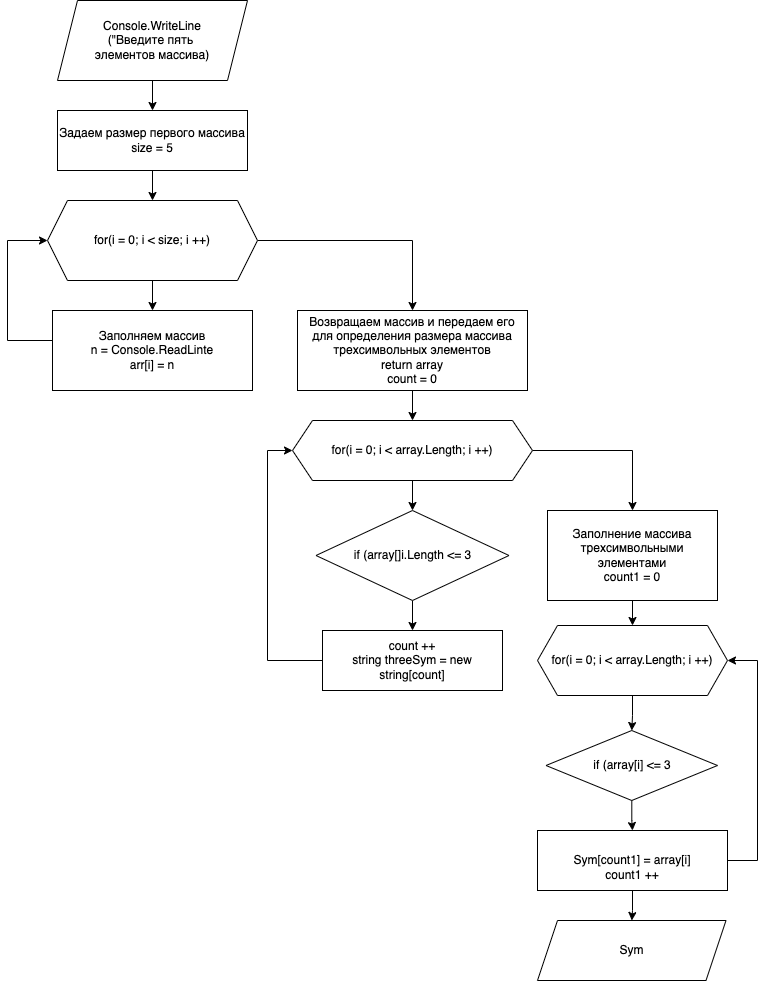
Before: алгоритм решение задачи.png, a diagram exported from draw.io (Georg-geekbrains/final-control-works). Source tidied: cells renumbered, new cells last; positions are measured from the earlier drawing's top-left corner, leaving out a move shared by most shapes.
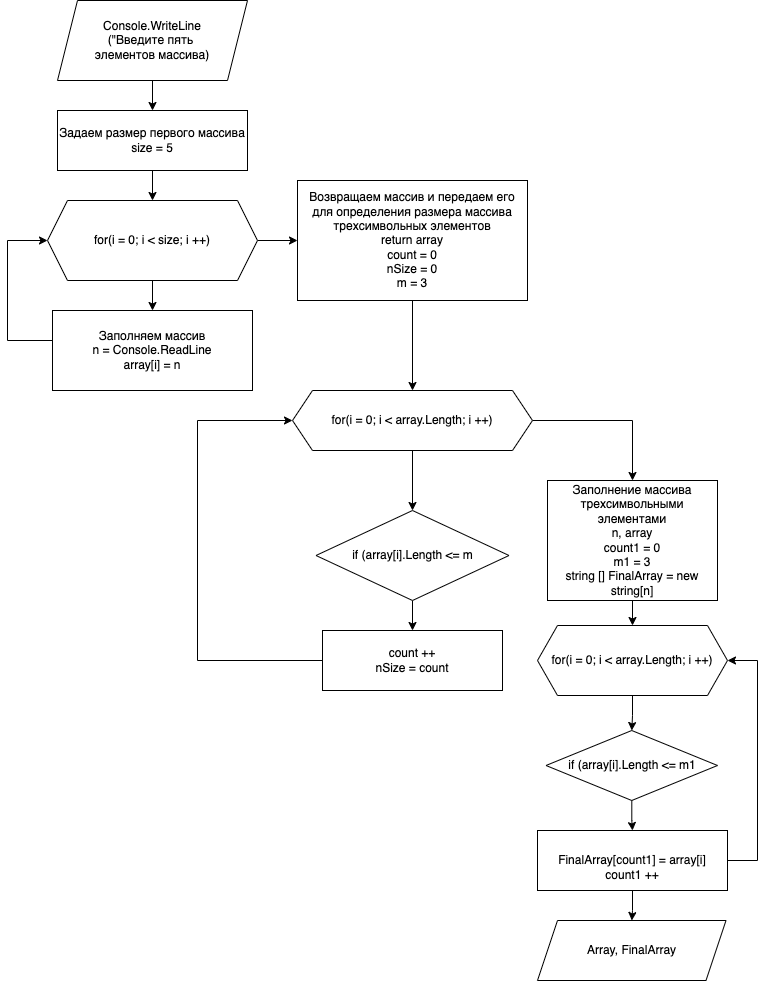
After the commit.

What changed in the source:
```diff
@@ -31,14 +31,14 @@
         </Array>
       </mxGeometry>
     </mxCell>
-    <mxCell id="10" value="Заполняем массив&lt;br&gt;n = Console.ReadLinte&lt;br&gt;arr[i] = n" style="rounded=0;whiteSpace=wrap;html=1;" parent="1" vertex="1">
+    <mxCell id="10" value="Заполняем массив&lt;br&gt;n = Console.ReadLine&lt;br&gt;array[i] = n" style="rounded=0;whiteSpace=wrap;html=1;" parent="1" vertex="1">
       <mxGeometry x="45" y="310" width="200" height="80" as="geometry" />
     </mxCell>
     <mxCell id="11" style="edgeStyle=orthogonalEdgeStyle;rounded=0;jettySize=auto;html=1;" parent="1" edge="1" source="12" target="15">
       <mxGeometry relative="1" as="geometry" />
     </mxCell>
-    <mxCell id="12" value="Возвращаем массив и передаем его для определения размера массива трехсимвольных элементов&lt;br&gt;return array&lt;br&gt;count = 0" style="rounded=0;whiteSpace=wrap;html=1;" parent="1" vertex="1">
-      <mxGeometry x="290" y="310" width="230" height="80" as="geometry" />
+    <mxCell id="12" value="Возвращаем массив и передаем его для определения размера массива трехсимвольных элементов&lt;br&gt;return array&lt;br&gt;count = 0&lt;br&gt;nSize = 0&lt;br&gt;m = 3" style="rounded=0;whiteSpace=wrap;html=1;" parent="1" vertex="1">
+      <mxGeometry x="290" y="180" width="230" height="120" as="geometry" />
     </mxCell>
     <mxCell id="13" style="edgeStyle=orthogonalEdgeStyle;rounded=0;jettySize=auto;html=1;" parent="1" edge="1" source="15" target="17">
       <mxGeometry relative="1" as="geometry" />
@@ -47,23 +47,23 @@
       <mxGeometry relative="1" as="geometry" />
     </mxCell>
     <mxCell id="15" value="for(i = 0; i &amp;lt; array.Length; i ++)" style="shape=hexagon;perimeter=hexagonPerimeter2;whiteSpace=wrap;html=1;fixedSize=1;" parent="1" vertex="1">
-      <mxGeometry x="285" y="420" width="240" height="60" as="geometry" />
+      <mxGeometry x="285" y="390" width="240" height="60" as="geometry" />
     </mxCell>
     <mxCell id="16" style="edgeStyle=orthogonalEdgeStyle;rounded=0;jettySize=auto;html=1;" parent="1" edge="1" source="17" target="19">
       <mxGeometry relative="1" as="geometry" />
     </mxCell>
-    <mxCell id="17" value="if (array[]i.Length &amp;lt;= 3" style="rhombus;whiteSpace=wrap;html=1;" parent="1" vertex="1">
+    <mxCell id="17" value="if (array[i].Length &amp;lt;= m" style="rhombus;whiteSpace=wrap;html=1;" parent="1" vertex="1">
       <mxGeometry x="308.5" y="510" width="193" height="90" as="geometry" />
     </mxCell>
     <mxCell id="18" style="edgeStyle=orthogonalEdgeStyle;rounded=0;jettySize=auto;html=1;exitX=0;exitY=0.5;exitDx=0;exitDy=0;entryX=0;entryY=0.5;entryDx=0;entryDy=0;" parent="1" edge="1" source="19" target="15">
       <mxGeometry relative="1" as="geometry">
         <Array as="points">
-          <mxPoint x="260" y="660" />
-          <mxPoint x="260" y="450" />
+          <mxPoint x="190" y="660" />
+          <mxPoint x="190" y="420" />
         </Array>
       </mxGeometry>
     </mxCell>
-    <mxCell id="19" value="count ++&lt;br&gt;string threeSym = new string[count]" style="rounded=0;whiteSpace=wrap;html=1;" parent="1" vertex="1">
+    <mxCell id="19" value="count ++&lt;br&gt;nSize = count" style="rounded=0;whiteSpace=wrap;html=1;" parent="1" vertex="1">
       <mxGeometry x="315" y="630" width="180" height="60" as="geometry" />
     </mxCell>
     <mxCell id="20" style="edgeStyle=orthogonalEdgeStyle;rounded=0;jettySize=auto;html=1;" parent="1" edge="1" source="21" target="23">
@@ -75,14 +75,14 @@
     <mxCell id="22" style="edgeStyle=orthogonalEdgeStyle;rounded=0;jettySize=auto;html=1;" parent="1" edge="1" source="23" target="28">
       <mxGeometry relative="1" as="geometry" />
     </mxCell>
-    <mxCell id="23" value="if (array[i] &amp;lt;= 3" style="rhombus;whiteSpace=wrap;html=1;" parent="1" vertex="1">
+    <mxCell id="23" value="if (array[i].Length &amp;lt;= m1" style="rhombus;whiteSpace=wrap;html=1;" parent="1" vertex="1">
       <mxGeometry x="538.5" y="730" width="171.5" height="70" as="geometry" />
     </mxCell>
     <mxCell id="24" style="edgeStyle=orthogonalEdgeStyle;rounded=0;jettySize=auto;html=1;" parent="1" edge="1" source="25" target="21">
       <mxGeometry relative="1" as="geometry" />
     </mxCell>
-    <mxCell id="25" value="Заполнение массива трехсимвольными элементами&lt;br&gt;count1 = 0" style="rounded=0;whiteSpace=wrap;html=1;" parent="1" vertex="1">
-      <mxGeometry x="540" y="510" width="170" height="90" as="geometry" />
+    <mxCell id="25" value="Заполнение массива трехсимвольными элементами&lt;br&gt;n, array&lt;br&gt;count1 = 0&lt;br&gt;m1 = 3&lt;br&gt;string [] FinalArray = new string[n]" style="rounded=0;whiteSpace=wrap;html=1;" parent="1" vertex="1">
+      <mxGeometry x="540" y="480" width="170" height="120" as="geometry" />
     </mxCell>
     <mxCell id="26" style="edgeStyle=orthogonalEdgeStyle;rounded=0;jettySize=auto;html=1;" parent="1" edge="1" source="28" target="29">
       <mxGeometry relative="1" as="geometry" />
@@ -95,10 +95,10 @@
         </Array>
       </mxGeometry>
     </mxCell>
-    <mxCell id="28" value="&lt;br&gt;Sym[count1] = array[i]&lt;br&gt;count1 ++" style="rounded=0;whiteSpace=wrap;html=1;" parent="1" vertex="1">
+    <mxCell id="28" value="&lt;br&gt;FinalArray[count1] = array[i]&lt;br&gt;count1 ++" style="rounded=0;whiteSpace=wrap;html=1;" parent="1" vertex="1">
       <mxGeometry x="530" y="830" width="190" height="60" as="geometry" />
     </mxCell>
-    <mxCell id="29" value="Sym" style="shape=parallelogram;perimeter=parallelogramPerimeter;whiteSpace=wrap;html=1;fixedSize=1;" parent="1" vertex="1">
+    <mxCell id="29" value="Array, FinalArray" style="shape=parallelogram;perimeter=parallelogramPerimeter;whiteSpace=wrap;html=1;fixedSize=1;" parent="1" vertex="1">
       <mxGeometry x="530" y="920" width="188.5" height="60" as="geometry" />
     </mxCell>
   </root>
```
